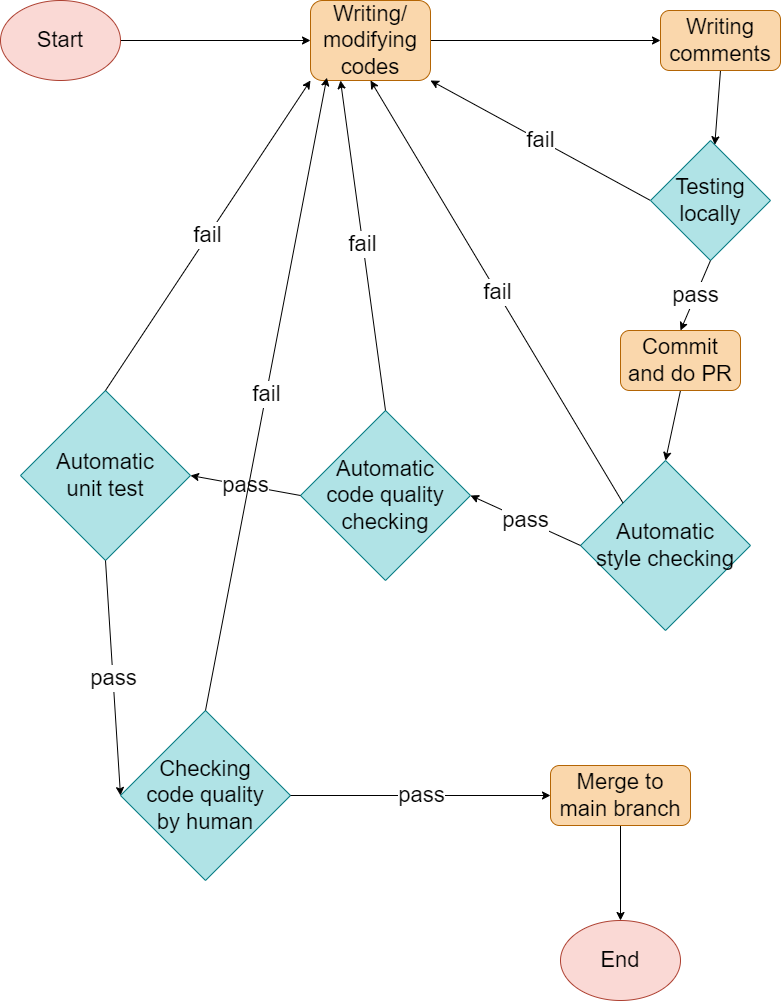
Earlier version of the draw.io export admin/cipipeline/phase1.drawio.png (the132Debuggers/cse110-sp23-the132Debuggers). Source tidied: cells renumbered, new cells last; positions are measured from the earlier drawing's top-left corner, leaving out a move shared by most shapes. Source of this version:
```xml
<mxGraphModel>
  <root>
    <mxCell id="0" />
    <mxCell id="1" parent="0" />
    <mxCell id="2" style="edgeStyle=none;html=1;exitX=1;exitY=0.5;exitDx=0;exitDy=0;entryX=0;entryY=0.5;entryDx=0;entryDy=0;labelBackgroundColor=#FFFFFF;fontSize=22;fontColor=#000000;" parent="1" edge="1" source="3" target="6">
      <mxGeometry relative="1" as="geometry" />
    </mxCell>
    <mxCell id="3" value="&lt;font style=&quot;font-size: 22px;&quot;&gt;Start&lt;/font&gt;" style="ellipse;whiteSpace=wrap;html=1;fillColor=#fad9d5;strokeColor=#ae4132;fontColor=#000000;fontSize=22;" parent="1" vertex="1">
      <mxGeometry width="120" height="80" as="geometry" />
    </mxCell>
    <mxCell id="4" value="fail" style="edgeStyle=none;html=1;exitX=0;exitY=0.5;exitDx=0;exitDy=0;fontSize=22;fontColor=#000000;labelBackgroundColor=#FFFFFF;entryX=1;entryY=1;entryDx=0;entryDy=0;" parent="1" edge="1" source="9" target="6">
      <mxGeometry relative="1" as="geometry" />
    </mxCell>
    <mxCell id="5" style="edgeStyle=none;html=1;exitX=1;exitY=0.5;exitDx=0;exitDy=0;entryX=0;entryY=0.5;entryDx=0;entryDy=0;labelBackgroundColor=#FFFFFF;fontSize=22;fontColor=#000000;" parent="1" edge="1" source="6" target="8">
      <mxGeometry relative="1" as="geometry" />
    </mxCell>
    <mxCell id="6" value="&lt;font color=&quot;#000000&quot;&gt;Writing/&lt;br&gt;modifying codes&lt;/font&gt;" style="rounded=1;whiteSpace=wrap;html=1;fontSize=22;fillColor=#fad7ac;strokeColor=#b46504;" parent="1" vertex="1">
      <mxGeometry x="310" width="120" height="80" as="geometry" />
    </mxCell>
    <mxCell id="7" style="edgeStyle=none;html=1;exitX=0.5;exitY=1;exitDx=0;exitDy=0;labelBackgroundColor=#FFFFFF;fontSize=22;fontColor=#000000;" parent="1" edge="1" source="8" target="9">
      <mxGeometry relative="1" as="geometry" />
    </mxCell>
    <mxCell id="8" value="&lt;font color=&quot;#000000&quot;&gt;Writing comments&lt;/font&gt;" style="rounded=1;whiteSpace=wrap;html=1;fontSize=22;fillColor=#fad7ac;strokeColor=#b46504;" parent="1" vertex="1">
      <mxGeometry x="660" y="10" width="120" height="60" as="geometry" />
    </mxCell>
    <mxCell id="9" value="&lt;font color=&quot;#000000&quot;&gt;Testing locally&lt;/font&gt;" style="rhombus;whiteSpace=wrap;html=1;fontSize=22;fillColor=#b0e3e6;strokeColor=#0e8088;" parent="1" vertex="1">
      <mxGeometry x="650" y="140" width="120" height="120" as="geometry" />
    </mxCell>
    <mxCell id="10" style="edgeStyle=none;html=1;exitX=0.5;exitY=1;exitDx=0;exitDy=0;entryX=0.5;entryY=0;entryDx=0;entryDy=0;" parent="1" edge="1" source="11" target="13">
      <mxGeometry relative="1" as="geometry" />
    </mxCell>
    <mxCell id="11" value="&lt;font color=&quot;#000000&quot;&gt;Commit and do PR&lt;/font&gt;" style="rounded=1;whiteSpace=wrap;html=1;fontSize=22;fillColor=#fad7ac;strokeColor=#b46504;" parent="1" vertex="1">
      <mxGeometry x="620" y="330" width="120" height="60" as="geometry" />
    </mxCell>
    <mxCell id="12" value="pass" style="edgeStyle=none;html=1;fontSize=22;fontColor=#000000;labelBackgroundColor=#FFFFFF;entryX=0.5;entryY=0;entryDx=0;entryDy=0;exitX=0.5;exitY=1;exitDx=0;exitDy=0;" parent="1" edge="1" source="9" target="11">
      <mxGeometry relative="1" as="geometry" />
    </mxCell>
    <mxCell id="13" value="&lt;font color=&quot;#000000&quot;&gt;Automatic&lt;br&gt;style checking&lt;/font&gt;" style="rhombus;whiteSpace=wrap;html=1;fontSize=22;fillColor=#b0e3e6;strokeColor=#0e8088;" parent="1" vertex="1">
      <mxGeometry x="580" y="460" width="170" height="170" as="geometry" />
    </mxCell>
    <mxCell id="14" value="fail" style="edgeStyle=none;html=1;exitX=0;exitY=0;exitDx=0;exitDy=0;fontSize=22;fontColor=#000000;labelBackgroundColor=#FFFFFF;entryX=0.5;entryY=1;entryDx=0;entryDy=0;" parent="1" edge="1" source="13" target="6">
      <mxGeometry relative="1" as="geometry" />
    </mxCell>
    <mxCell id="15" value="&lt;font color=&quot;#000000&quot;&gt;Automatic&lt;br&gt;code quality checking&lt;/font&gt;" style="rhombus;whiteSpace=wrap;html=1;fontSize=22;fillColor=#b0e3e6;strokeColor=#0e8088;" parent="1" vertex="1">
      <mxGeometry x="300" y="410" width="170" height="170" as="geometry" />
    </mxCell>
    <mxCell id="16" value="fail" style="edgeStyle=none;html=1;exitX=0.5;exitY=0;exitDx=0;exitDy=0;fontSize=22;fontColor=#000000;labelBackgroundColor=#FFFFFF;entryX=0.25;entryY=1;entryDx=0;entryDy=0;" parent="1" edge="1" source="15" target="6">
      <mxGeometry relative="1" as="geometry" />
    </mxCell>
    <mxCell id="17" value="&lt;font color=&quot;#000000&quot;&gt;Automatic&lt;br&gt;unit test&lt;br&gt;&lt;/font&gt;" style="rhombus;whiteSpace=wrap;html=1;fontSize=22;fillColor=#b0e3e6;strokeColor=#0e8088;" parent="1" vertex="1">
      <mxGeometry x="20" y="390" width="170" height="170" as="geometry" />
    </mxCell>
    <mxCell id="18" value="fail" style="edgeStyle=none;html=1;exitX=0.5;exitY=0;exitDx=0;exitDy=0;fontSize=22;fontColor=#000000;labelBackgroundColor=#FFFFFF;entryX=0;entryY=1;entryDx=0;entryDy=0;" parent="1" edge="1" source="17" target="6">
      <mxGeometry relative="1" as="geometry" />
    </mxCell>
    <mxCell id="19" value="pass" style="edgeStyle=none;html=1;fontSize=22;fontColor=#000000;labelBackgroundColor=#FFFFFF;entryX=1;entryY=0.5;entryDx=0;entryDy=0;exitX=0;exitY=0.5;exitDx=0;exitDy=0;" parent="1" edge="1" source="13" target="15">
      <mxGeometry relative="1" as="geometry" />
    </mxCell>
    <mxCell id="20" value="pass" style="edgeStyle=none;html=1;fontSize=22;fontColor=#000000;labelBackgroundColor=#FFFFFF;exitX=0;exitY=0.5;exitDx=0;exitDy=0;entryX=1;entryY=0.5;entryDx=0;entryDy=0;" parent="1" edge="1" source="15" target="17">
      <mxGeometry relative="1" as="geometry" />
    </mxCell>
    <mxCell id="21" value="&lt;font color=&quot;#000000&quot;&gt;Checking&lt;br&gt;code quality&lt;br&gt;by human&lt;br&gt;&lt;/font&gt;" style="rhombus;whiteSpace=wrap;html=1;fontSize=22;fillColor=#b0e3e6;strokeColor=#0e8088;" parent="1" vertex="1">
      <mxGeometry x="120" y="710" width="170" height="170" as="geometry" />
    </mxCell>
    <mxCell id="22" value="pass" style="edgeStyle=none;html=1;fontSize=22;fontColor=#000000;labelBackgroundColor=#FFFFFF;exitX=0.5;exitY=1;exitDx=0;exitDy=0;entryX=0;entryY=0.5;entryDx=0;entryDy=0;" parent="1" edge="1" source="17" target="21">
      <mxGeometry relative="1" as="geometry" />
    </mxCell>
    <mxCell id="23" value="pass" style="edgeStyle=none;html=1;fontSize=22;fontColor=#000000;labelBackgroundColor=#FFFFFF;exitX=1;exitY=0.5;exitDx=0;exitDy=0;entryX=0;entryY=0.5;entryDx=0;entryDy=0;" parent="1" edge="1" source="21" target="25">
      <mxGeometry relative="1" as="geometry" />
    </mxCell>
    <mxCell id="24" style="edgeStyle=none;html=1;exitX=0.5;exitY=1;exitDx=0;exitDy=0;" parent="1" edge="1" source="25" target="27">
      <mxGeometry relative="1" as="geometry" />
    </mxCell>
    <mxCell id="25" value="&lt;font color=&quot;#000000&quot;&gt;Merge to main branch&lt;/font&gt;" style="rounded=1;whiteSpace=wrap;html=1;fontSize=22;fillColor=#fad7ac;strokeColor=#b46504;" parent="1" vertex="1">
      <mxGeometry x="550" y="765" width="140" height="60" as="geometry" />
    </mxCell>
    <mxCell id="26" value="fail" style="edgeStyle=none;html=1;exitX=0.5;exitY=0;exitDx=0;exitDy=0;fontSize=22;fontColor=#000000;labelBackgroundColor=#FFFFFF;entryX=0.136;entryY=0.964;entryDx=0;entryDy=0;entryPerimeter=0;" parent="1" edge="1" source="21" target="6">
      <mxGeometry relative="1" as="geometry" />
    </mxCell>
    <mxCell id="27" value="&lt;font style=&quot;font-size: 22px;&quot;&gt;End&lt;/font&gt;" style="ellipse;whiteSpace=wrap;html=1;fillColor=#fad9d5;strokeColor=#ae4132;fontColor=#000000;fontSize=22;" parent="1" vertex="1">
      <mxGeometry x="560" y="920" width="120" height="80" as="geometry" />
    </mxCell>
  </root>
</mxGraphModel>
```
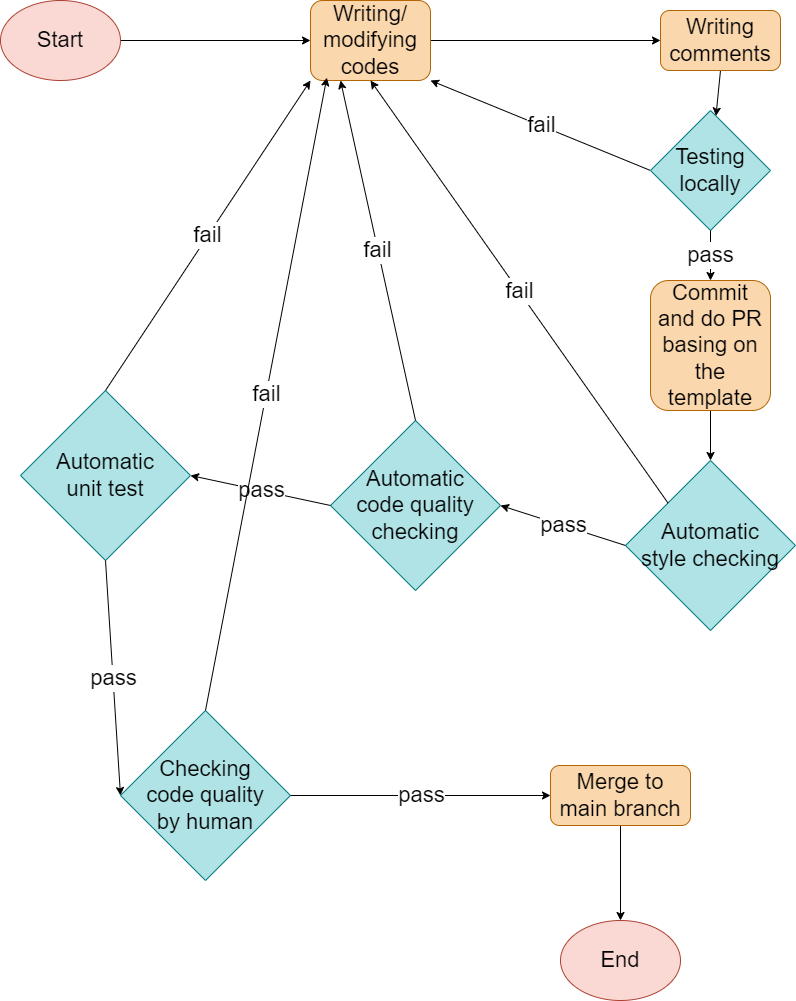
The same diagram one commit later.

Commit message:
Update pipeline diagram

Diff of the diagram source:
```diff
@@ -24,25 +24,25 @@
       <mxGeometry x="660" y="10" width="120" height="60" as="geometry" />
     </mxCell>
     <mxCell id="9" value="&lt;font color=&quot;#000000&quot;&gt;Testing locally&lt;/font&gt;" style="rhombus;whiteSpace=wrap;html=1;fontSize=22;fillColor=#b0e3e6;strokeColor=#0e8088;" parent="1" vertex="1">
-      <mxGeometry x="650" y="140" width="120" height="120" as="geometry" />
+      <mxGeometry x="650" y="110" width="120" height="120" as="geometry" />
     </mxCell>
     <mxCell id="10" style="edgeStyle=none;html=1;exitX=0.5;exitY=1;exitDx=0;exitDy=0;entryX=0.5;entryY=0;entryDx=0;entryDy=0;" parent="1" edge="1" source="11" target="13">
       <mxGeometry relative="1" as="geometry" />
     </mxCell>
-    <mxCell id="11" value="&lt;font color=&quot;#000000&quot;&gt;Commit and do PR&lt;/font&gt;" style="rounded=1;whiteSpace=wrap;html=1;fontSize=22;fillColor=#fad7ac;strokeColor=#b46504;" parent="1" vertex="1">
-      <mxGeometry x="620" y="330" width="120" height="60" as="geometry" />
+    <mxCell id="11" value="&lt;font color=&quot;#000000&quot;&gt;Commit and do PR basing on the template&lt;br&gt;&lt;/font&gt;" style="rounded=1;whiteSpace=wrap;html=1;fontSize=22;fillColor=#fad7ac;strokeColor=#b46504;" parent="1" vertex="1">
+      <mxGeometry x="650" y="280" width="120" height="130" as="geometry" />
     </mxCell>
     <mxCell id="12" value="pass" style="edgeStyle=none;html=1;fontSize=22;fontColor=#000000;labelBackgroundColor=#FFFFFF;entryX=0.5;entryY=0;entryDx=0;entryDy=0;exitX=0.5;exitY=1;exitDx=0;exitDy=0;" parent="1" edge="1" source="9" target="11">
       <mxGeometry relative="1" as="geometry" />
     </mxCell>
     <mxCell id="13" value="&lt;font color=&quot;#000000&quot;&gt;Automatic&lt;br&gt;style checking&lt;/font&gt;" style="rhombus;whiteSpace=wrap;html=1;fontSize=22;fillColor=#b0e3e6;strokeColor=#0e8088;" parent="1" vertex="1">
-      <mxGeometry x="580" y="460" width="170" height="170" as="geometry" />
+      <mxGeometry x="625" y="460" width="170" height="170" as="geometry" />
     </mxCell>
     <mxCell id="14" value="fail" style="edgeStyle=none;html=1;exitX=0;exitY=0;exitDx=0;exitDy=0;fontSize=22;fontColor=#000000;labelBackgroundColor=#FFFFFF;entryX=0.5;entryY=1;entryDx=0;entryDy=0;" parent="1" edge="1" source="13" target="6">
       <mxGeometry relative="1" as="geometry" />
     </mxCell>
     <mxCell id="15" value="&lt;font color=&quot;#000000&quot;&gt;Automatic&lt;br&gt;code quality checking&lt;/font&gt;" style="rhombus;whiteSpace=wrap;html=1;fontSize=22;fillColor=#b0e3e6;strokeColor=#0e8088;" parent="1" vertex="1">
-      <mxGeometry x="300" y="410" width="170" height="170" as="geometry" />
+      <mxGeometry x="330" y="420" width="170" height="170" as="geometry" />
     </mxCell>
     <mxCell id="16" value="fail" style="edgeStyle=none;html=1;exitX=0.5;exitY=0;exitDx=0;exitDy=0;fontSize=22;fontColor=#000000;labelBackgroundColor=#FFFFFF;entryX=0.25;entryY=1;entryDx=0;entryDy=0;" parent="1" edge="1" source="15" target="6">
       <mxGeometry relative="1" as="geometry" />
```
